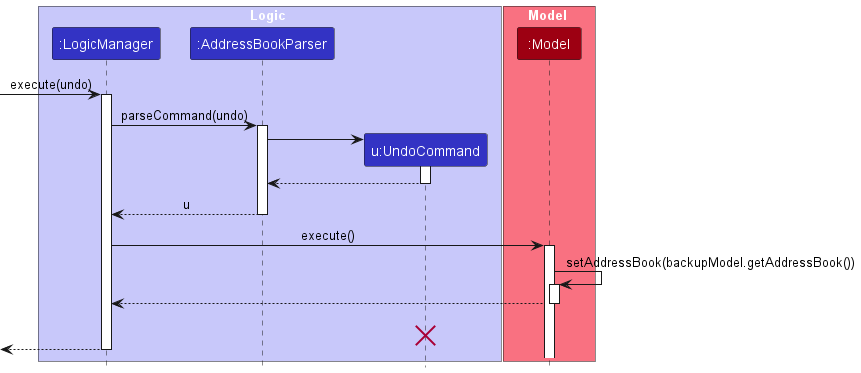
Above: docs/images/UndoSequenceDiagram.png in nus-cs2103-AY2324S1/tp (PlantUML), before the change.
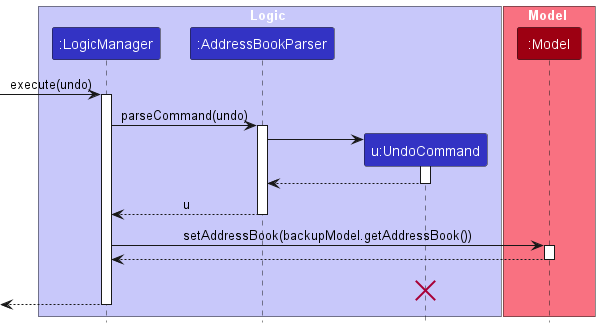
Above is the later version.

What changed in the source:
```diff
@@ -28,13 +28,11 @@
 AddressBookParser --> LogicManager : u
 deactivate AddressBookParser
 
-LogicManager -> Model : execute()
+LogicManager -> Model : setAddressBook(backupModel.getAddressBook())
 
 
 activate Model
 
-Model -> Model : setAddressBook(backupModel.getAddressBook())
-activate Model
 
 Model --> LogicManager
 deactivate Model
```
